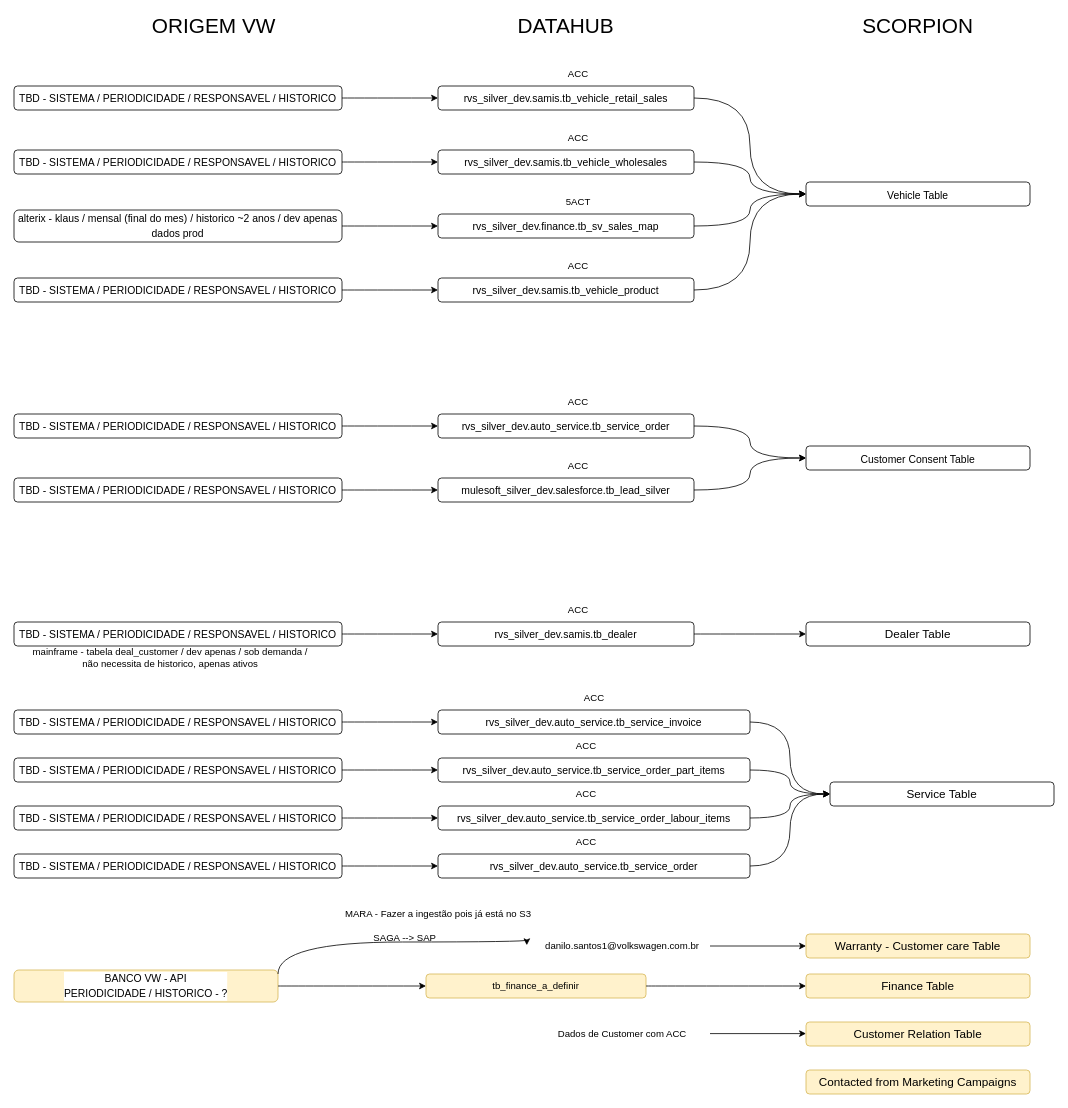
leo-odilon/draw.io keeps this draw.io diagram as page "Fluxo Tabelas" (4 of 6) of scorpion.drawio. Above is the earlier version. Source tidied: cells renumbered, new cells numbered last; positions are measured from the earlier drawing's top-left corner, leaving out a move shared by most shapes. Both pictures are drawn from the tidied source at 80%, with x=0, y=0 at pixel (14, 14).
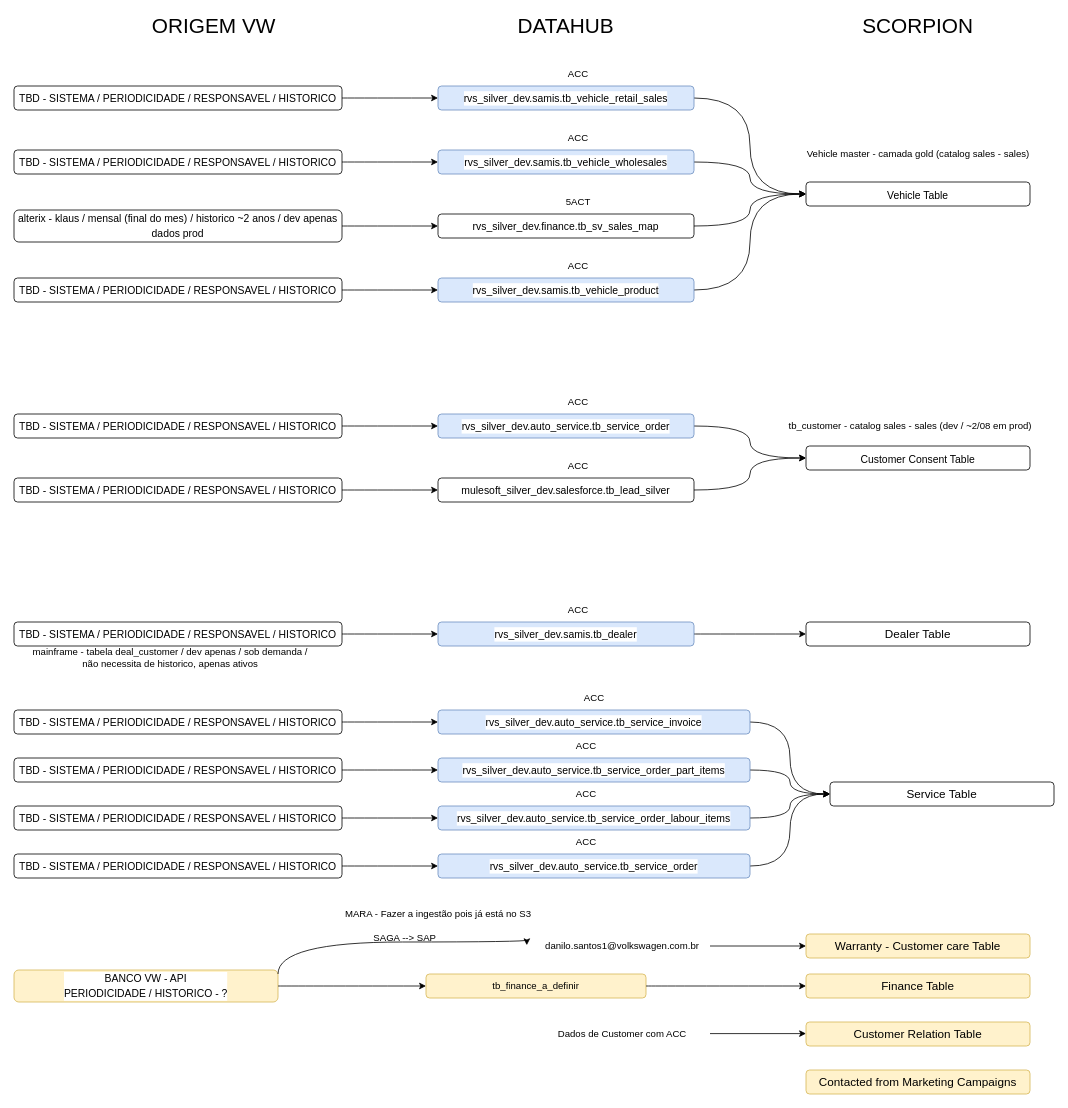
After the change.

What changed in the source:
```diff
@@
-    <mxCell id="9" value="&lt;div style=&quot;font-size: 13px;&quot;&gt;&lt;div style=&quot;font-size: 13px; line-height: 18px; white-space: pre;&quot;&gt;rvs_silver_dev&lt;span style=&quot;font-size: 13px;&quot;&gt;.&lt;/span&gt;samis&lt;span style=&quot;font-size: 13px;&quot;&gt;.&lt;/span&gt;tb_vehicle_retail_sales&lt;/div&gt;&lt;/div&gt;" style="rounded=1;whiteSpace=wrap;html=1;align=center;fontColor=default;labelBackgroundColor=default;fontFamily=Helvetica;fontSize=13;" parent="1" vertex="1">
+    <mxCell id="9" value="&lt;div style=&quot;font-size: 13px;&quot;&gt;&lt;div style=&quot;font-size: 13px; line-height: 18px; white-space: pre;&quot;&gt;rvs_silver_dev&lt;span style=&quot;font-size: 13px;&quot;&gt;.&lt;/span&gt;samis&lt;span style=&quot;font-size: 13px;&quot;&gt;.&lt;/span&gt;tb_vehicle_retail_sales&lt;/div&gt;&lt;/div&gt;" style="rounded=1;whiteSpace=wrap;html=1;align=center;labelBackgroundColor=default;fontFamily=Helvetica;fontSize=13;fillColor=#dae8fc;strokeColor=#6c8ebf;" parent="1" vertex="1">
       <mxGeometry x="530" y="90" width="320" height="30" as="geometry" />
     </mxCell>
@@
-    <mxCell id="11" value="&lt;div style=&quot;font-size: 13px;&quot;&gt;&lt;div style=&quot;font-size: 13px; line-height: 18px; white-space: pre;&quot;&gt;rvs_silver_dev&lt;span style=&quot;font-size: 13px;&quot;&gt;.&lt;/span&gt;samis&lt;span style=&quot;font-size: 13px;&quot;&gt;.&lt;/span&gt;tb_vehicle_wholesales&lt;/div&gt;&lt;/div&gt;" style="rounded=1;whiteSpace=wrap;html=1;align=center;fontColor=default;labelBackgroundColor=default;fontFamily=Helvetica;fontSize=13;" parent="1" vertex="1">
+    <mxCell id="11" value="&lt;div style=&quot;font-size: 13px;&quot;&gt;&lt;div style=&quot;font-size: 13px; line-height: 18px; white-space: pre;&quot;&gt;rvs_silver_dev&lt;span style=&quot;font-size: 13px;&quot;&gt;.&lt;/span&gt;samis&lt;span style=&quot;font-size: 13px;&quot;&gt;.&lt;/span&gt;tb_vehicle_wholesales&lt;/div&gt;&lt;/div&gt;" style="rounded=1;whiteSpace=wrap;html=1;align=center;labelBackgroundColor=default;fontFamily=Helvetica;fontSize=13;fillColor=#dae8fc;strokeColor=#6c8ebf;" parent="1" vertex="1">
       <mxGeometry x="530" y="170" width="320" height="30" as="geometry" />
     </mxCell>
@@
-    <mxCell id="15" value="&lt;div style=&quot;font-size: 13px;&quot;&gt;&lt;div style=&quot;font-size: 13px; line-height: 18px; white-space: pre;&quot;&gt;rvs_silver_dev&lt;span style=&quot;font-size: 13px;&quot;&gt;.&lt;/span&gt;samis&lt;span style=&quot;font-size: 13px;&quot;&gt;.&lt;/span&gt;tb_vehicle_product&lt;/div&gt;&lt;/div&gt;" style="rounded=1;whiteSpace=wrap;html=1;align=center;fontColor=default;labelBackgroundColor=default;fontFamily=Helvetica;fontSize=13;" parent="1" vertex="1">
+    <mxCell id="15" value="&lt;div style=&quot;font-size: 13px;&quot;&gt;&lt;div style=&quot;font-size: 13px; line-height: 18px; white-space: pre;&quot;&gt;rvs_silver_dev&lt;span style=&quot;font-size: 13px;&quot;&gt;.&lt;/span&gt;samis&lt;span style=&quot;font-size: 13px;&quot;&gt;.&lt;/span&gt;tb_vehicle_product&lt;/div&gt;&lt;/div&gt;" style="rounded=1;whiteSpace=wrap;html=1;align=center;labelBackgroundColor=default;fontFamily=Helvetica;fontSize=13;fillColor=#dae8fc;strokeColor=#6c8ebf;" parent="1" vertex="1">
       <mxGeometry x="530" y="330" width="320" height="30" as="geometry" />
     </mxCell>
@@
-    <mxCell id="29" value="&lt;div style=&quot;font-size: 13px;&quot;&gt;&lt;div style=&quot;font-size: 13px; line-height: 18px; white-space: pre;&quot;&gt;rvs_silver_dev&lt;span style=&quot;font-size: 13px;&quot;&gt;.&lt;/span&gt;&lt;span style=&quot;font-size: 13px;&quot;&gt;auto_service.tb_service_order&lt;/span&gt;&lt;/div&gt;&lt;/div&gt;" style="rounded=1;whiteSpace=wrap;html=1;align=center;fontColor=default;labelBackgroundColor=default;fontFamily=Helvetica;fontSize=13;" parent="1" vertex="1">
+    <mxCell id="29" value="&lt;div style=&quot;font-size: 13px;&quot;&gt;&lt;div style=&quot;font-size: 13px; line-height: 18px; white-space: pre;&quot;&gt;rvs_silver_dev&lt;span style=&quot;font-size: 13px;&quot;&gt;.&lt;/span&gt;&lt;span style=&quot;font-size: 13px;&quot;&gt;auto_service.tb_service_order&lt;/span&gt;&lt;/div&gt;&lt;/div&gt;" style="rounded=1;whiteSpace=wrap;html=1;align=center;labelBackgroundColor=default;fontFamily=Helvetica;fontSize=13;fillColor=#dae8fc;strokeColor=#6c8ebf;" parent="1" vertex="1">
       <mxGeometry x="530" y="500" width="320" height="30" as="geometry" />
     </mxCell>
@@
-    <mxCell id="38" value="&lt;div style=&quot;font-size: 13px;&quot;&gt;&lt;div style=&quot;font-size: 13px; line-height: 18px; white-space: pre;&quot;&gt;&lt;font style=&quot;font-size: 13px;&quot; face=&quot;Helvetica&quot;&gt;rvs_silver_dev&lt;span style=&quot;font-size: 13px;&quot;&gt;.&lt;/span&gt;&lt;span style=&quot;font-size: 13px;&quot;&gt;samis.tb_dealer&lt;/span&gt;&lt;/font&gt;&lt;/div&gt;&lt;/div&gt;" style="rounded=1;whiteSpace=wrap;html=1;align=center;fontColor=default;labelBackgroundColor=default;fontFamily=Helvetica;fontSize=13;" parent="1" vertex="1">
+    <mxCell id="38" value="&lt;div style=&quot;font-size: 13px;&quot;&gt;&lt;div style=&quot;font-size: 13px; line-height: 18px; white-space: pre;&quot;&gt;&lt;font style=&quot;font-size: 13px;&quot; face=&quot;Helvetica&quot;&gt;rvs_silver_dev&lt;span style=&quot;font-size: 13px;&quot;&gt;.&lt;/span&gt;&lt;span style=&quot;font-size: 13px;&quot;&gt;samis.tb_dealer&lt;/span&gt;&lt;/font&gt;&lt;/div&gt;&lt;/div&gt;" style="rounded=1;whiteSpace=wrap;html=1;align=center;labelBackgroundColor=default;fontFamily=Helvetica;fontSize=13;fillColor=#dae8fc;strokeColor=#6c8ebf;" parent="1" vertex="1">
       <mxGeometry x="530" y="760" width="320" height="30" as="geometry" />
     </mxCell>
@@
-    <mxCell id="42" value="&lt;div style=&quot;&quot;&gt;&lt;div style=&quot;line-height: 18px;&quot;&gt;&lt;span style=&quot;white-space: pre;&quot;&gt;rvs_silver_dev.auto_service.tb_service_invoice&lt;/span&gt;&lt;br&gt;&lt;/div&gt;&lt;/div&gt;" style="rounded=1;whiteSpace=wrap;html=1;align=center;fontColor=default;labelBackgroundColor=default;fontFamily=Helvetica;fontSize=13;" parent="1" vertex="1">
+    <mxCell id="42" value="&lt;div style=&quot;&quot;&gt;&lt;div style=&quot;line-height: 18px;&quot;&gt;&lt;span style=&quot;white-space: pre;&quot;&gt;rvs_silver_dev.auto_service.tb_service_invoice&lt;/span&gt;&lt;br&gt;&lt;/div&gt;&lt;/div&gt;" style="rounded=1;whiteSpace=wrap;html=1;align=center;labelBackgroundColor=default;fontFamily=Helvetica;fontSize=13;fillColor=#dae8fc;strokeColor=#6c8ebf;" parent="1" vertex="1">
       <mxGeometry x="530" y="870" width="390" height="30" as="geometry" />
     </mxCell>
@@
-    <mxCell id="46" value="&lt;div style=&quot;&quot;&gt;&lt;div style=&quot;line-height: 18px;&quot;&gt;&lt;span style=&quot;white-space: pre;&quot;&gt;rvs_silver_dev.auto_service.tb_service_order_part_items&lt;/span&gt;&lt;br&gt;&lt;/div&gt;&lt;/div&gt;" style="rounded=1;whiteSpace=wrap;html=1;align=center;fontColor=default;labelBackgroundColor=default;fontFamily=Helvetica;fontSize=13;" parent="1" vertex="1">
+    <mxCell id="46" value="&lt;div style=&quot;&quot;&gt;&lt;div style=&quot;line-height: 18px;&quot;&gt;&lt;span style=&quot;white-space: pre;&quot;&gt;rvs_silver_dev.auto_service.tb_service_order_part_items&lt;/span&gt;&lt;br&gt;&lt;/div&gt;&lt;/div&gt;" style="rounded=1;whiteSpace=wrap;html=1;align=center;labelBackgroundColor=default;fontFamily=Helvetica;fontSize=13;fillColor=#dae8fc;strokeColor=#6c8ebf;" parent="1" vertex="1">
       <mxGeometry x="530" y="930" width="390" height="30" as="geometry" />
     </mxCell>
@@
-    <mxCell id="50" value="&lt;div style=&quot;&quot;&gt;&lt;div style=&quot;line-height: 18px;&quot;&gt;&lt;span style=&quot;white-space: pre;&quot;&gt;rvs_silver_dev.auto_service.tb_service_order_labour_items&lt;/span&gt;&lt;br&gt;&lt;/div&gt;&lt;/div&gt;" style="rounded=1;whiteSpace=wrap;html=1;align=center;fontColor=default;labelBackgroundColor=default;fontFamily=Helvetica;fontSize=13;" parent="1" vertex="1">
+    <mxCell id="50" value="&lt;div style=&quot;&quot;&gt;&lt;div style=&quot;line-height: 18px;&quot;&gt;&lt;span style=&quot;white-space: pre;&quot;&gt;rvs_silver_dev.auto_service.tb_service_order_labour_items&lt;/span&gt;&lt;br&gt;&lt;/div&gt;&lt;/div&gt;" style="rounded=1;whiteSpace=wrap;html=1;align=center;labelBackgroundColor=default;fontFamily=Helvetica;fontSize=13;fillColor=#dae8fc;strokeColor=#6c8ebf;" parent="1" vertex="1">
       <mxGeometry x="530" y="990" width="390" height="30" as="geometry" />
     </mxCell>
@@
-    <mxCell id="54" value="&lt;div style=&quot;&quot;&gt;&lt;div style=&quot;line-height: 18px;&quot;&gt;&lt;span style=&quot;white-space: pre;&quot;&gt;rvs_silver_dev.auto_service.tb_service_order&lt;/span&gt;&lt;br&gt;&lt;/div&gt;&lt;/div&gt;" style="rounded=1;whiteSpace=wrap;html=1;align=center;fontColor=default;labelBackgroundColor=default;fontFamily=Helvetica;fontSize=13;" parent="1" vertex="1">
+    <mxCell id="54" value="&lt;div style=&quot;&quot;&gt;&lt;div style=&quot;line-height: 18px;&quot;&gt;&lt;span style=&quot;white-space: pre;&quot;&gt;rvs_silver_dev.auto_service.tb_service_order&lt;/span&gt;&lt;br&gt;&lt;/div&gt;&lt;/div&gt;" style="rounded=1;whiteSpace=wrap;html=1;align=center;labelBackgroundColor=default;fontFamily=Helvetica;fontSize=13;fillColor=#dae8fc;strokeColor=#6c8ebf;" parent="1" vertex="1">
       <mxGeometry x="530" y="1050" width="390" height="30" as="geometry" />
     </mxCell>
@@
+    <mxCell id="80" value="Vehicle master - camada gold (catalog sales - sales)" style="text;html=1;align=center;verticalAlign=middle;strokeColor=none;fillColor=none;" parent="1" vertex="1">
+      <mxGeometry x="980" y="160" width="300" height="30" as="geometry" />
+    </mxCell>
+    <mxCell id="81" value="tb_customer - catalog sales - sales (dev / ~2/08 em prod)" style="text;html=1;align=center;verticalAlign=middle;strokeColor=none;fillColor=none;" parent="1" vertex="1">
+      <mxGeometry x="955" y="500" width="330" height="30" as="geometry" />
+    </mxCell>
```
